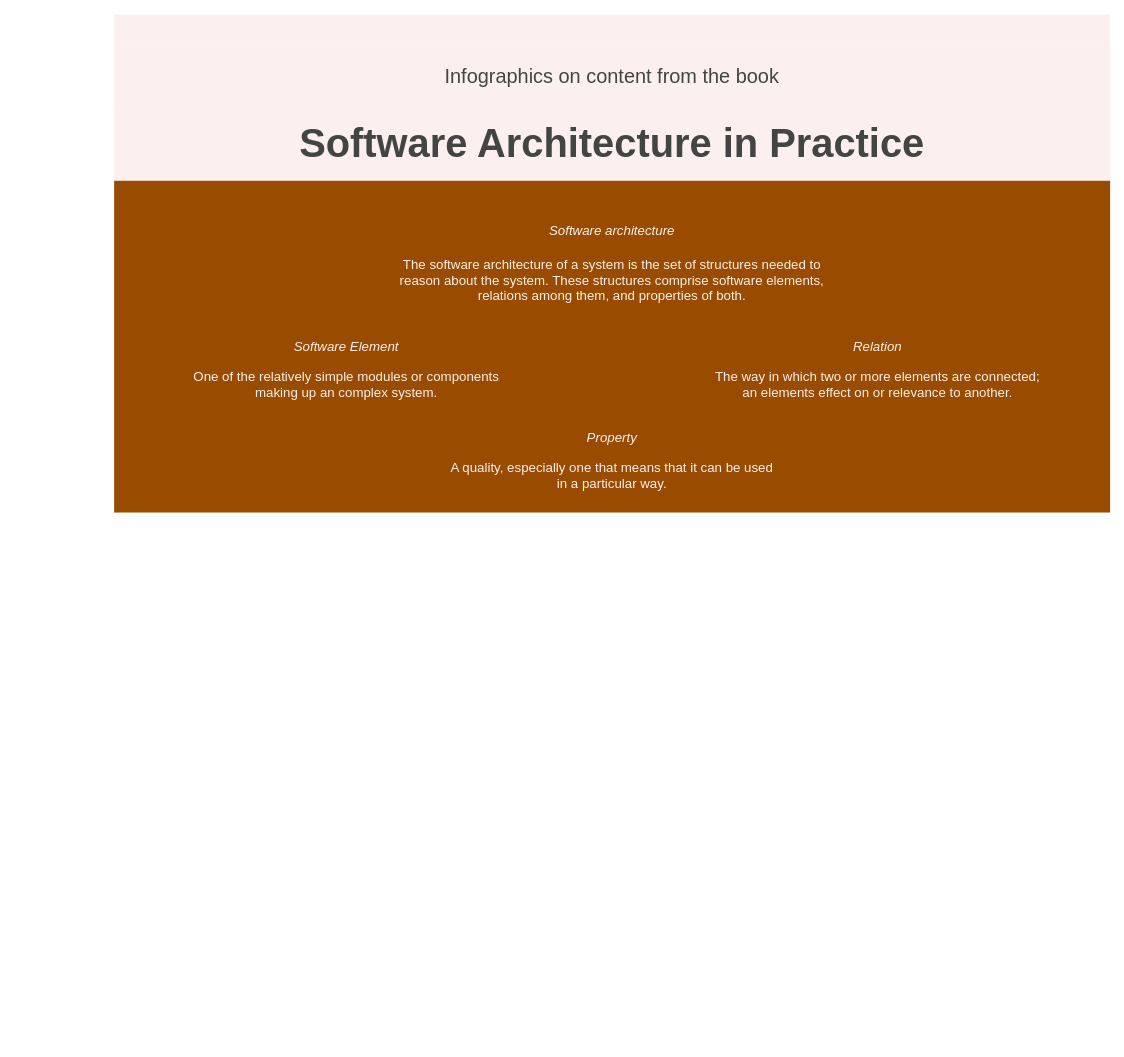
HenrikSamuelsson/reading-sw-architecture-in-practice-4th keeps this draw.io diagram as page "Page-1" (1 of 2) of infographics-software-architecture-in-practise-4th-ed.drawio. Above is the earlier version. Source tidied: cells renumbered, new cells numbered last; positions are measured from the earlier drawing's top-left corner, leaving out a move shared by most shapes. Both pictures are drawn from the tidied source at 83%, with x=0, y=0 at pixel (114, 14).
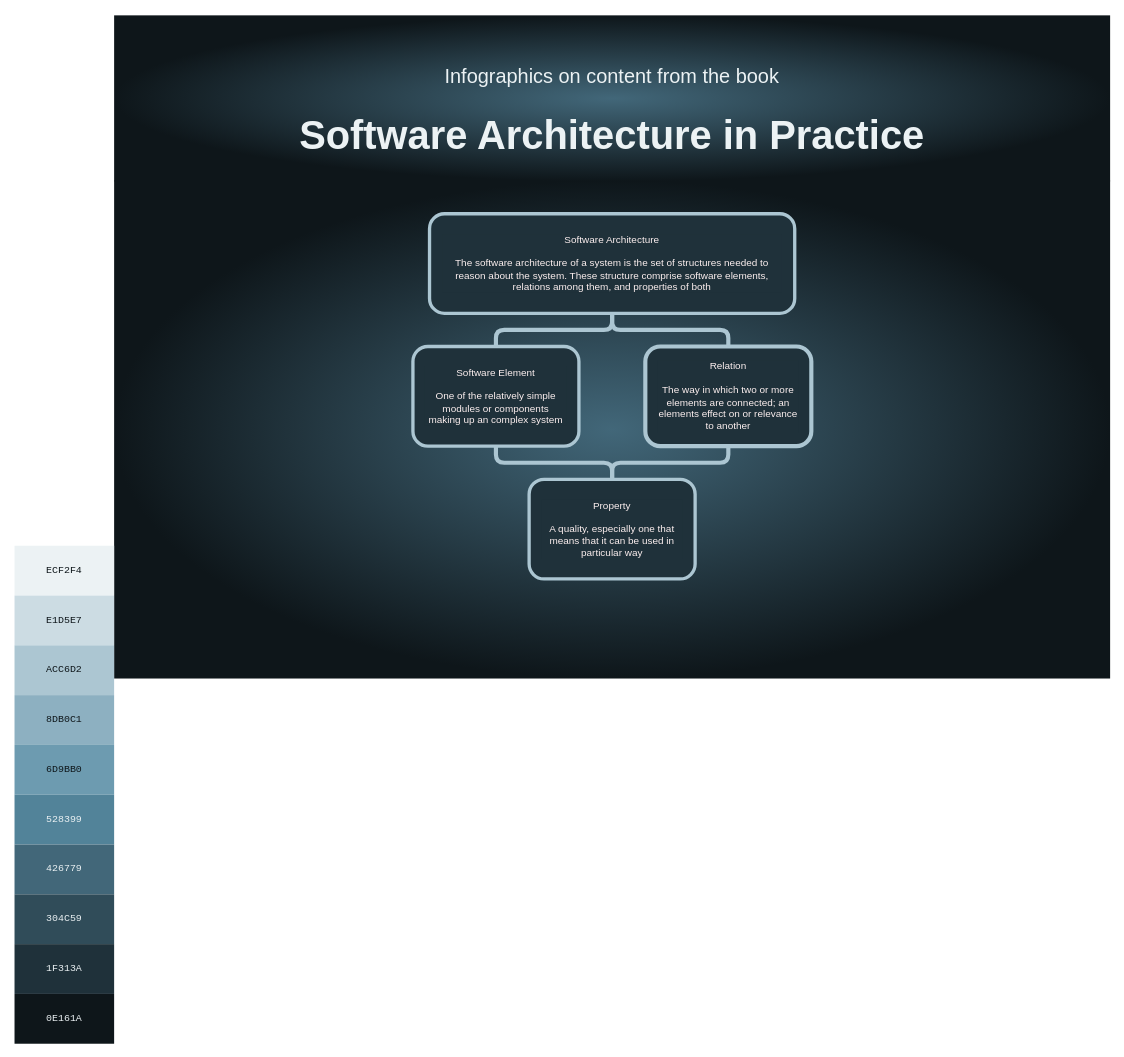
Above is the later version.

The edit, as a diff of the source:
```diff
@@
-    <mxCell id="2" style="rounded=0;whiteSpace=wrap;html=1;fontSize=24;fillColor=#FCEFEF;strokeColor=none;gradientColor=none;" parent="1" vertex="1">
-      <mxGeometry width="1200" height="200" as="geometry" />
+    <mxCell id="2" style="rounded=0;whiteSpace=wrap;html=1;fontSize=24;fillColor=#426779;strokeColor=none;gradientColor=#0e161a;gradientDirection=radial;" parent="1" vertex="1">
+      <mxGeometry y="1" width="1200" height="200" as="geometry" />
     </mxCell>
-    <mxCell id="3" style="shape=waypoint;sketch=0;fillStyle=solid;size=6;fillColor=none;perimeter=centerPerimeter;fontSize=24;strokeColor=none;" parent="1" vertex="1">
+    <mxCell id="3" style="shape=waypoint;fillStyle=solid;size=6;fillColor=none;perimeter=centerPerimeter;fontSize=24;strokeColor=none;rounded=0;" parent="1" vertex="1">
       <mxGeometry x="60" y="180" width="40" height="40" as="geometry" />
     </mxCell>
-    <mxCell id="4" style="rounded=0;whiteSpace=wrap;html=1;labelBackgroundColor=#994C00;fontSize=16;fontColor=#FCEFEF;strokeColor=none;gradientColor=none;fillColor=#994C00;" parent="1" vertex="1">
-      <mxGeometry y="200" width="1200" height="400" as="geometry" />
+    <mxCell id="4" style="rounded=0;whiteSpace=wrap;html=1;labelBackgroundColor=#1f313a;fontSize=16;fontColor=#FCEFEF;strokeColor=none;gradientColor=#0e161a;fillColor=#426779;gradientDirection=radial;" parent="1" vertex="1">
+      <mxGeometry y="200" width="1200" height="600" as="geometry" />
     </mxCell>
+    <mxCell id="19" value="ECF2F4" style="rounded=0;whiteSpace=wrap;html=1;gradientColor=none;strokeColor=none;fillColor=#ecf2f4;fontFamily=Consolas;fontColor=#0e161a;" parent="1" vertex="1">
+      <mxGeometry x="-120" y="640" width="120" height="60" as="geometry" />
+    </mxCell>
+    <mxCell id="20" value="E1D5E7" style="rounded=0;whiteSpace=wrap;html=1;gradientColor=none;strokeColor=none;fillColor=#CCDCE3;fontFamily=Consolas;fontColor=#0e161a;" parent="1" vertex="1">
+      <mxGeometry x="-120" y="700" width="120" height="60" as="geometry" />
+    </mxCell>
+    <mxCell id="21" value="ACC6D2" style="rounded=0;whiteSpace=wrap;html=1;gradientColor=none;strokeColor=none;fillColor=#acc6d2;fontFamily=Consolas;fontColor=#0e161a;" parent="1" vertex="1">
+      <mxGeometry x="-120" y="760" width="120" height="60" as="geometry" />
+    </mxCell>
+    <mxCell id="22" value="8DB0C1" style="rounded=0;whiteSpace=wrap;html=1;gradientColor=none;fillColor=#8db0c1;strokeColor=none;fontFamily=Consolas;fontColor=#0e161a;" parent="1" vertex="1">
+      <mxGeometry x="-120" y="820" width="120" height="60" as="geometry" />
+    </mxCell>
+    <mxCell id="23" value="6D9BB0" style="rounded=0;whiteSpace=wrap;html=1;gradientColor=none;fillColor=#6d9bb0;strokeColor=none;fontFamily=Consolas;fontColor=#0e161a;" parent="1" vertex="1">
+      <mxGeometry x="-120" y="880" width="120" height="60" as="geometry" />
+    </mxCell>
+    <mxCell id="24" value="528399" style="rounded=0;whiteSpace=wrap;html=1;gradientColor=none;fillColor=#528399;strokeColor=none;fontFamily=Consolas;fontColor=#ecf2f4;" parent="1" vertex="1">
+      <mxGeometry x="-120" y="940" width="120" height="60" as="geometry" />
+    </mxCell>
+    <mxCell id="25" value="426779" style="rounded=0;whiteSpace=wrap;html=1;gradientColor=none;fillColor=#426779;strokeColor=none;fontFamily=Consolas;fontColor=#ecf2f4;" parent="1" vertex="1">
+      <mxGeometry x="-120" y="1000" width="120" height="60" as="geometry" />
+    </mxCell>
+    <mxCell id="26" value="304C59" style="rounded=0;whiteSpace=wrap;html=1;gradientColor=none;fillColor=#304c59;strokeColor=none;fontFamily=Consolas;fontColor=#ecf2f4;" parent="1" vertex="1">
+      <mxGeometry x="-120" y="1060" width="120" height="60" as="geometry" />
+    </mxCell>
+    <mxCell id="27" value="1F313A" style="rounded=0;whiteSpace=wrap;html=1;gradientColor=none;strokeColor=none;fillColor=#1f313a;fontFamily=Consolas;fontColor=#ecf2f4;" parent="1" vertex="1">
+      <mxGeometry x="-120" y="1120" width="120" height="60" as="geometry" />
+    </mxCell>
+    <mxCell id="28" value="0E161A" style="rounded=0;whiteSpace=wrap;html=1;gradientColor=none;fillColor=#0e161a;strokeColor=none;fontFamily=Consolas;fontColor=#ecf2f4;" parent="1" vertex="1">
+      <mxGeometry x="-120" y="1180" width="120" height="60" as="geometry" />
+    </mxCell>
@@
-    <mxCell id="6" value="&lt;p style=&quot;line-height: 120%; font-size: 24px;&quot;&gt;Infographics on content from the book&lt;br style=&quot;font-size: 24px;&quot;&gt;&lt;/p&gt;" style="text;html=1;strokeColor=none;fillColor=#FCEFEF;align=center;verticalAlign=middle;whiteSpace=wrap;rounded=0;fontSize=24;fontColor=#444444;" parent="5" vertex="1">
+    <mxCell id="6" value="&lt;p style=&quot;line-height: 120%; font-size: 24px;&quot;&gt;Infographics on content from the book&lt;br style=&quot;font-size: 24px;&quot;&gt;&lt;/p&gt;" style="text;html=1;strokeColor=none;fillColor=none;align=center;verticalAlign=middle;whiteSpace=wrap;rounded=0;fontSize=24;fontColor=#ecf2f4;" parent="5" vertex="1">
       <mxGeometry y="40" width="1200" height="70" as="geometry" />
     </mxCell>
-    <mxCell id="7" value="&lt;font style=&quot;font-size: 48px;&quot;&gt;&lt;b&gt;Software Architecture in Practice&lt;/b&gt;&lt;/font&gt;" style="text;html=1;strokeColor=none;fillColor=#FCEFEF;align=center;verticalAlign=middle;whiteSpace=wrap;rounded=0;fontSize=16;fontColor=#444444;" parent="5" vertex="1">
-      <mxGeometry y="110" width="1200" height="90" as="geometry" />
+    <mxCell id="7" value="&lt;font style=&quot;font-size: 48px;&quot;&gt;&lt;b&gt;Software Architecture in Practice&lt;/b&gt;&lt;/font&gt;" style="text;html=1;strokeColor=none;fillColor=none;align=center;verticalAlign=middle;whiteSpace=wrap;rounded=0;fontSize=16;fontColor=#ecf2f4;" parent="5" vertex="1">
+      <mxGeometry y="100" width="1200" height="90" as="geometry" />
     </mxCell>
-    <mxCell id="8" value="The software architecture of a system is the set of structures needed to reason about the system. These structures comprise software elements, relations among them, and properties of both." style="text;strokeColor=none;fillColor=none;align=center;verticalAlign=middle;whiteSpace=wrap;rounded=0;fontColor=#FCEFEF;fontSize=16;spacing=10;labelBackgroundColor=#994C00;labelPosition=center;verticalLabelPosition=middle;fontStyle=0;" parent="5" vertex="1">
-      <mxGeometry x="320" y="280" width="560" height="80" as="geometry" />
-    </mxCell>
-    <mxCell id="9" value="Software architecture" style="text;strokeColor=none;fillColor=none;align=center;verticalAlign=middle;whiteSpace=wrap;rounded=0;fontColor=#FCEFEF;fontSize=16;spacing=10;labelBackgroundColor=#994C00;labelPosition=center;verticalLabelPosition=middle;fontStyle=2;" parent="5" vertex="1">
-      <mxGeometry x="320" y="240" width="560" height="40" as="geometry" />
-    </mxCell>
-    <mxCell id="10" style="group;" parent="5" vertex="1">
-      <mxGeometry x="400" y="490" width="400" height="120" as="geometry" />
-    </mxCell>
-    <mxCell id="11" value="A quality, especially one that means that it can be used in a particular way." style="text;strokeColor=none;fillColor=none;align=center;verticalAlign=top;whiteSpace=wrap;rounded=0;fontColor=#FCEFEF;fontSize=16;spacing=2;labelBackgroundColor=#994C00;labelPosition=center;verticalLabelPosition=middle;fontStyle=0;" parent="10" vertex="1">
-      <mxGeometry y="40" width="400" height="60" as="geometry" />
-    </mxCell>
-    <mxCell id="12" value="Property" style="text;strokeColor=none;fillColor=none;align=center;verticalAlign=middle;whiteSpace=wrap;rounded=0;fontColor=#FCEFEF;fontSize=16;spacing=2;labelBackgroundColor=#994C00;labelPosition=center;verticalLabelPosition=middle;fontStyle=2;" parent="10" vertex="1">
-      <mxGeometry width="400" height="40" as="geometry" />
-    </mxCell>
-    <mxCell id="13" style="group;" parent="5" vertex="1">
-      <mxGeometry x="720" y="380" width="400" height="120" as="geometry" />
-    </mxCell>
-    <mxCell id="14" value="The way in which two or more elements are connected; an elements effect on or relevance to another." style="text;strokeColor=none;fillColor=none;align=center;verticalAlign=top;whiteSpace=wrap;rounded=0;fontColor=#FCEFEF;fontSize=16;spacing=2;labelBackgroundColor=#994C00;labelPosition=center;verticalLabelPosition=middle;fontStyle=0;" parent="13" vertex="1">
-      <mxGeometry y="40" width="400" height="80" as="geometry" />
-    </mxCell>
-    <mxCell id="15" value="Relation" style="text;strokeColor=none;fillColor=none;align=center;verticalAlign=middle;whiteSpace=wrap;rounded=0;fontColor=#FCEFEF;fontSize=16;spacing=2;labelBackgroundColor=#994C00;labelPosition=center;verticalLabelPosition=middle;fontStyle=2;" parent="13" vertex="1">
-      <mxGeometry width="400" height="40" as="geometry" />
-    </mxCell>
-    <mxCell id="16" style="group;" parent="5" vertex="1">
-      <mxGeometry x="80" y="380" width="400" height="120" as="geometry" />
-    </mxCell>
-    <mxCell id="17" value="One of the relatively simple modules or components making up an complex system." style="text;strokeColor=none;fillColor=none;align=center;verticalAlign=top;whiteSpace=wrap;rounded=0;fontColor=#FCEFEF;fontSize=16;spacing=2;labelBackgroundColor=#994C00;labelPosition=center;verticalLabelPosition=middle;fontStyle=0;" parent="16" vertex="1">
-      <mxGeometry y="40" width="400" height="80" as="geometry" />
-    </mxCell>
-    <mxCell id="18" value="Software Element" style="text;strokeColor=none;fillColor=none;align=center;verticalAlign=middle;whiteSpace=wrap;rounded=0;fontColor=#FCEFEF;fontSize=16;spacing=2;labelBackgroundColor=#994C00;labelPosition=center;verticalLabelPosition=middle;fontStyle=2;" parent="16" vertex="1">
-      <mxGeometry width="400" height="40" as="geometry" />
-    </mxCell>
+    <mxCell id="29" value="&lt;font color=&quot;#fcefef&quot;&gt;Property&lt;br&gt;&lt;br&gt;A quality, especially one that means that it can be used in particular way&lt;br&gt;&lt;/font&gt;" style="rounded=1;whiteSpace=wrap;html=1;labelBackgroundColor=#1f313a;fontColor=#ecf2f4;fillColor=#1f313a;strokeColor=#acc6d2;strokeWidth=4;spacing=16;" parent="5" vertex="1">
+      <mxGeometry x="500" y="560" width="200" height="120" as="geometry" />
+    </mxCell>
+    <mxCell id="30" style="edgeStyle=orthogonalEdgeStyle;rounded=1;jettySize=auto;html=1;exitX=0.5;exitY=1;exitDx=0;exitDy=0;entryX=0.5;entryY=0;entryDx=0;entryDy=0;strokeColor=#acc6d2;strokeWidth=5;fontSize=12;fontColor=#acc6d2;endArrow=none;endFill=0;" parent="5" edge="1" source="31" target="29">
+      <mxGeometry relative="1" as="geometry" />
+    </mxCell>
+    <mxCell id="31" value="&lt;font color=&quot;#fcefef&quot;&gt;Software Element&lt;br&gt;&lt;br&gt;One of the relatively simple modules or components making up an complex system&lt;br&gt;&lt;/font&gt;" style="rounded=1;whiteSpace=wrap;html=1;labelBackgroundColor=#1f313a;fontColor=#ecf2f4;fillColor=#1f313a;strokeColor=#acc6d2;strokeWidth=4;spacing=16;" parent="5" vertex="1">
+      <mxGeometry x="360" y="400" width="200" height="120" as="geometry" />
+    </mxCell>
+    <mxCell id="32" style="edgeStyle=orthogonalEdgeStyle;rounded=1;jettySize=auto;html=1;exitX=0.5;exitY=1;exitDx=0;exitDy=0;strokeColor=#acc6d2;strokeWidth=5;fontSize=12;fontColor=#acc6d2;endArrow=none;endFill=0;entryX=0.5;entryY=0;entryDx=0;entryDy=0;" parent="5" edge="1" source="33" target="29">
+      <mxGeometry relative="1" as="geometry" />
+    </mxCell>
+    <mxCell id="33" value="&lt;font color=&quot;#fcefef&quot;&gt;Relation&lt;br&gt;&lt;br&gt;The way in which two or more elements are connected; an elements effect on or relevance to another&lt;br&gt;&lt;/font&gt;" style="rounded=1;whiteSpace=wrap;html=1;labelBackgroundColor=#1f313a;fontColor=#ecf2f4;fillColor=#1f313a;strokeColor=#acc6d2;strokeWidth=5;spacing=16;" parent="5" vertex="1">
+      <mxGeometry x="640" y="400" width="200" height="120" as="geometry" />
+    </mxCell>
+    <mxCell id="34" style="edgeStyle=orthogonalEdgeStyle;rounded=1;jettySize=auto;html=1;exitX=0.5;exitY=1;exitDx=0;exitDy=0;fontSize=12;fontColor=#acc6d2;entryX=0.5;entryY=0;entryDx=0;entryDy=0;strokeWidth=5;endArrow=none;endFill=0;strokeColor=#acc6d2;" parent="5" edge="1" source="36" target="31">
+      <mxGeometry relative="1" as="geometry" />
+    </mxCell>
+    <mxCell id="35" style="edgeStyle=orthogonalEdgeStyle;rounded=1;jettySize=auto;html=1;exitX=0.5;exitY=1;exitDx=0;exitDy=0;entryX=0.5;entryY=0;entryDx=0;entryDy=0;fontSize=12;fontColor=#acc6d2;endArrow=none;endFill=0;strokeWidth=5;strokeColor=#acc6d2;" parent="5" edge="1" source="36" target="33">
+      <mxGeometry relative="1" as="geometry" />
+    </mxCell>
+    <mxCell id="36" value="&lt;font color=&quot;#fcefef&quot;&gt;Software Architecture&lt;br&gt;&lt;br&gt;The software architecture of a system is the set of structures needed to reason about the system. These structure comprise software elements, relations among them, and properties of both&lt;br&gt;&lt;/font&gt;" style="rounded=1;whiteSpace=wrap;html=1;labelBackgroundColor=#1f313a;fontColor=#ecf2f4;fillColor=#1f313a;strokeColor=#acc6d2;strokeWidth=4;spacing=17;" parent="5" vertex="1">
+      <mxGeometry x="380" y="240" width="440" height="120" as="geometry" />
+    </mxCell>
```
